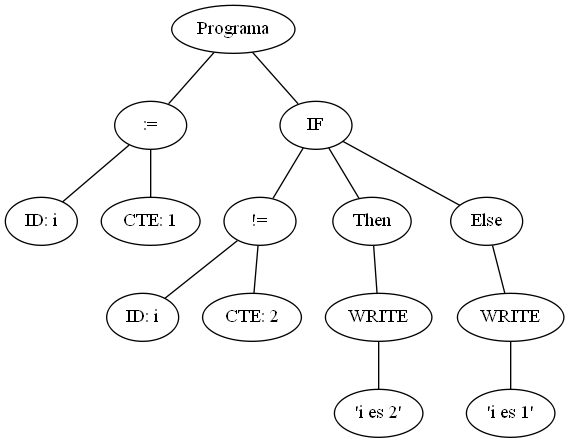
JosueGaticaOdato/Integrador-TEOI keeps this Graphviz diagram as AnalizadorLexico/arbol.png. Above is the earlier version. Its source is kept beside it as AnalizadorLexico/arbol.dot.
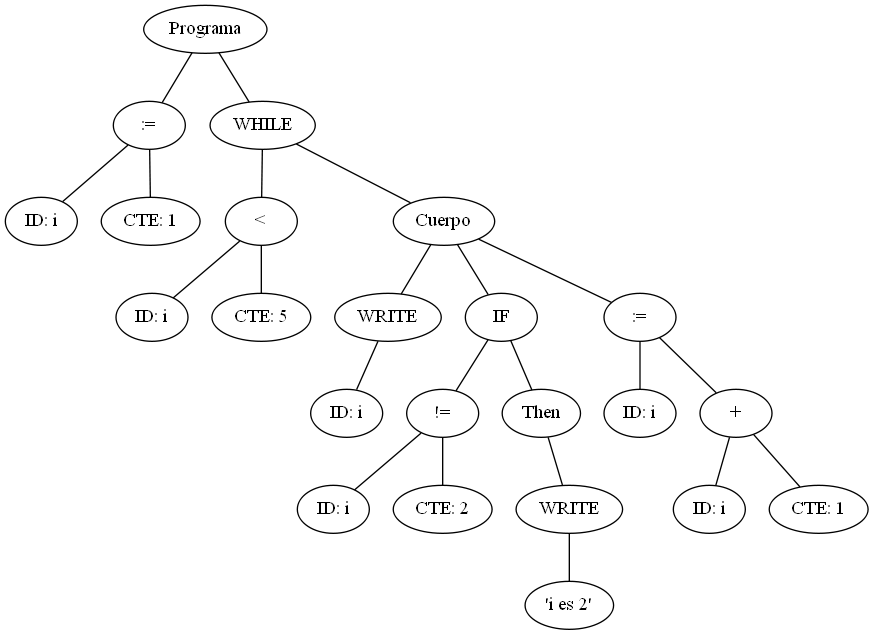
Above is the later version.

Commit message:
Funcionado WRITE para CONST_STR y CONST_INT

Change to the diagram source:
```diff
@@ -1,28 +1,46 @@
 graph G {nodo_programa [label="Programa"]
-nodo_846485404 [label=":="]
-nodo_programa -- nodo_846485404
-nodo_41411946 [label="ID: i"]
-nodo_846485404 -- nodo_41411946
-nodo_1710391697 [label="CTE: 1"]
-nodo_846485404 -- nodo_1710391697
-nodo_2050541708 [label="IF"]
-nodo_programa -- nodo_2050541708
-nodo_1234144792 [label="!="]
-nodo_2050541708 -- nodo_1234144792
-nodo_1953398518 [label="ID: i"]
-nodo_1234144792 -- nodo_1953398518
-nodo_90277859 [label="CTE: 2"]
-nodo_1234144792 -- nodo_90277859
-nodo_966869867 [label="Then"]
-nodo_2050541708 -- nodo_966869867
-nodo_216790281 [label="WRITE"]
-nodo_966869867 -- nodo_216790281
-nodo_192263084 [label="'i es 2'"]
-nodo_216790281 -- nodo_192263084
-nodo_44196798 [label="Else"]
-nodo_2050541708 -- nodo_44196798
-nodo_824951450 [label="WRITE"]
-nodo_44196798 -- nodo_824951450
-nodo_1656437259 [label="'i es 1'"]
-nodo_824951450 -- nodo_1656437259
+nodo_824951450 [label=":="]
+nodo_programa -- nodo_824951450
+nodo_1803295957 [label="ID: i"]
+nodo_824951450 -- nodo_1803295957
+nodo_200810458 [label="CTE: 1"]
+nodo_824951450 -- nodo_200810458
+nodo_1858424890 [label="WHILE"]
+nodo_programa -- nodo_1858424890
+nodo_1714331644 [label="<"]
+nodo_1858424890 -- nodo_1714331644
+nodo_1841278296 [label="ID: i"]
+nodo_1714331644 -- nodo_1841278296
+nodo_653425146 [label="CTE: 5"]
+nodo_1714331644 -- nodo_653425146
+nodo_1651681694 [label="Cuerpo"]
+nodo_1858424890 -- nodo_1651681694
+nodo_1882262355 [label="WRITE"]
+nodo_1651681694 -- nodo_1882262355
+nodo_1626647904 [label="ID: i"]
+nodo_1882262355 -- nodo_1626647904
+nodo_1442587949 [label="IF"]
+nodo_1651681694 -- nodo_1442587949
+nodo_573921365 [label="!="]
+nodo_1442587949 -- nodo_573921365
+nodo_1512482003 [label="ID: i"]
+nodo_573921365 -- nodo_1512482003
+nodo_536649050 [label="CTE: 2"]
+nodo_573921365 -- nodo_536649050
+nodo_723322565 [label="Then"]
+nodo_1442587949 -- nodo_723322565
+nodo_593626115 [label="WRITE"]
+nodo_723322565 -- nodo_593626115
+nodo_1275931776 [label="'i es 2'"]
+nodo_593626115 -- nodo_1275931776
+nodo_937455126 [label=":="]
+nodo_1651681694 -- nodo_937455126
+nodo_1946709249 [label="ID: i"]
+nodo_937455126 -- nodo_1946709249
+nodo_1207512479 [label="+"]
+nodo_937455126 -- nodo_1207512479
+nodo_1647665356 [label="ID: i"]
+nodo_1207512479 -- nodo_1647665356
+nodo_1452356162 [label="CTE: 1"]
+nodo_1207512479 -- nodo_1452356162
 }
```
